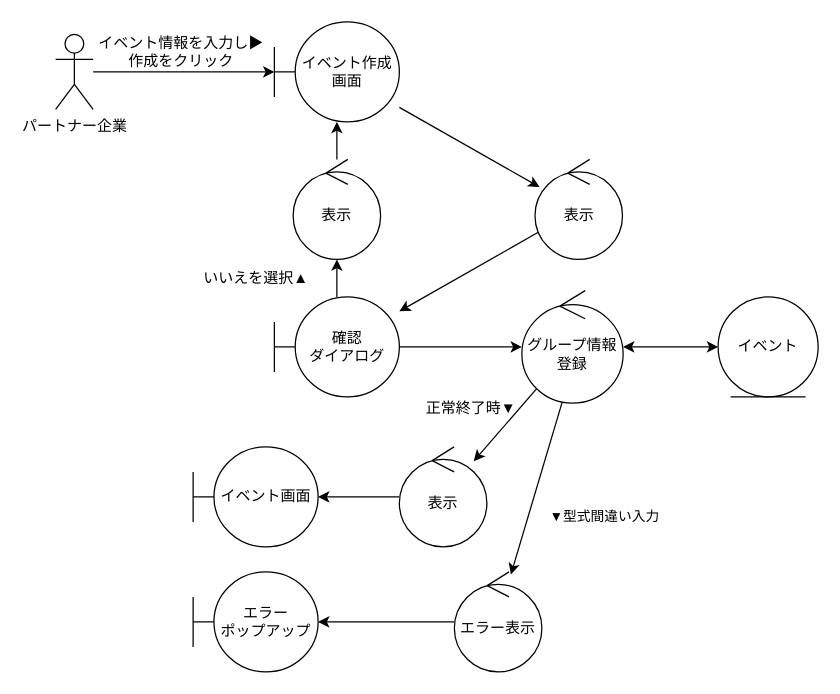
Above: page "イベント作成" (4 of 9) of out/ロバストネス図/パートナー企業-ロバストネス図.drawio in ksw2270227/GroupF (draw.io), before the change. Source tidied: cells renumbered, new cells numbered last; positions are measured from the earlier drawing's top-left corner, leaving out a move shared by most shapes. Both pictures are drawn from the tidied source at 125%, with x=0, y=0 at pixel (55, 21).
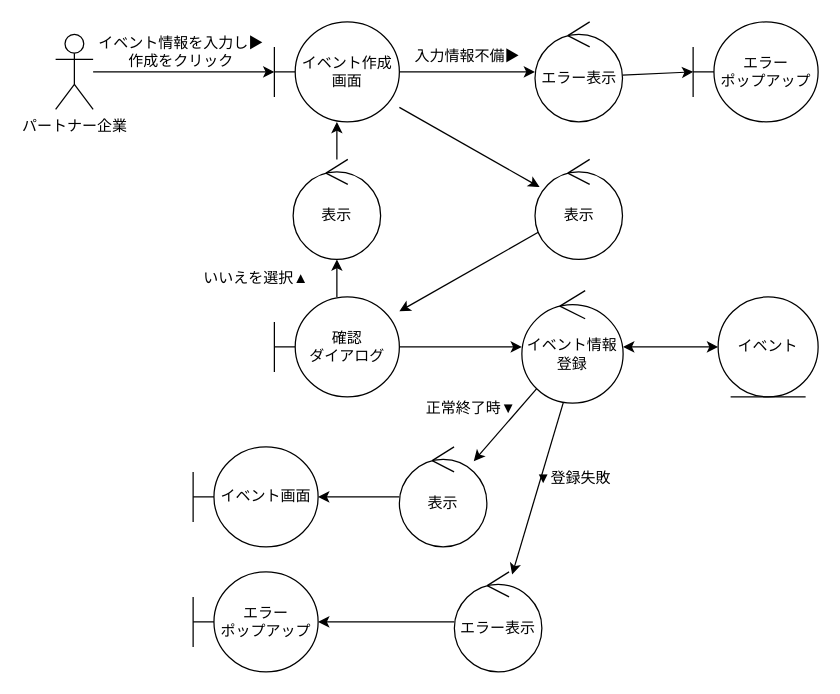
The same diagram, later.

The change refers to these unchanged cells:
```xml
<mxCell id="4" value="イベント作成画面" style="shape=umlBoundary;whiteSpace=wrap;html=1;" parent="1" vertex="1">
  <mxGeometry x="175" width="100" height="80" as="geometry" />
</mxCell>
```

Change to the diagram source:
```diff
@@
+    <mxCell id="28" style="edgeStyle=none;html=1;startArrow=none;startFill=0;" parent="1" edge="1" source="4" target="32">
+      <mxGeometry relative="1" as="geometry" />
+    </mxCell>
@@
     <mxCell id="10" style="endArrow=classic;html=1;" parent="1" edge="1">
       <mxGeometry relative="1" as="geometry">
-        <mxPoint x="406.5" y="300" as="sourcePoint" />
-        <mxPoint x="364.2" y="442.1" as="targetPoint" />
+        <mxPoint x="407.5" y="300" as="sourcePoint" />
+        <mxPoint x="365.2" y="442.1" as="targetPoint" />
       </mxGeometry>
     </mxCell>
-    <mxCell id="11" value="▼型式間違い入力" style="edgeLabel;html=1;align=center;verticalAlign=middle;" parent="10" vertex="1">
-      <mxGeometry x="-0.41" y="1" relative="1" as="geometry">
-        <mxPoint x="44" y="53" as="offset" />
-      </mxGeometry>
-    </mxCell>
@@
-    <mxCell id="13" value="グループ情報登録" style="ellipse;shape=umlControl;whiteSpace=wrap;html=1;" parent="1" vertex="1">
+    <mxCell id="13" value="イベント情報登録" style="ellipse;shape=umlControl;whiteSpace=wrap;html=1;" parent="1" vertex="1">
       <mxGeometry x="373" y="215" width="81" height="90" as="geometry" />
     </mxCell>
@@
+    <mxCell id="29" value="▼登録失敗" style="text;html=1;align=center;verticalAlign=middle;strokeColor=none;fillColor=none;" parent="1" vertex="1">
+      <mxGeometry x="373.5" y="350" width="80" height="30" as="geometry" />
+    </mxCell>
+    <mxCell id="30" value="エラー&lt;br&gt;ポップアップ" style="shape=umlBoundary;whiteSpace=wrap;html=1;" parent="1" vertex="1">
+      <mxGeometry x="510" width="100" height="80" as="geometry" />
+    </mxCell>
+    <mxCell id="31" style="endArrow=classic;html=1;" parent="1" edge="1" source="32" target="30">
+      <mxGeometry relative="1" as="geometry" />
+    </mxCell>
+    <mxCell id="32" value="エラー表示" style="ellipse;shape=umlControl;whiteSpace=wrap;html=1;" parent="1" vertex="1">
+      <mxGeometry x="383.5" width="70" height="80" as="geometry" />
+    </mxCell>
+    <mxCell id="33" value="入力情報不備▶" style="text;html=1;align=center;verticalAlign=middle;strokeColor=none;fillColor=none;" parent="1" vertex="1">
+      <mxGeometry x="274" y="13" width="110" height="30" as="geometry" />
+    </mxCell>
```
